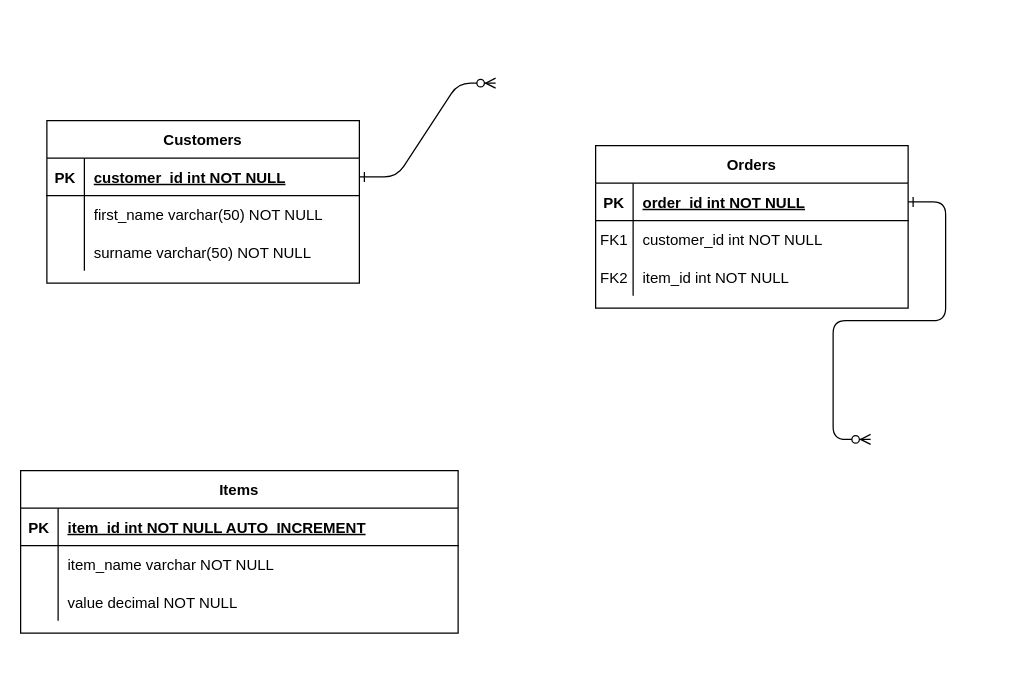
The draw.io diagram documents/IMS Entity-Relation diagram.drawio in Tasdiq-Dewan/Tasdiq-Dewan-IMS-Project, before the edit. Source tidied: cells renumbered, new cells numbered last; positions are measured from the earlier drawing's top-left corner, leaving out a move shared by most shapes. Both pictures are drawn from the tidied source at 125%, with x=0, y=0 at pixel (20, 82).
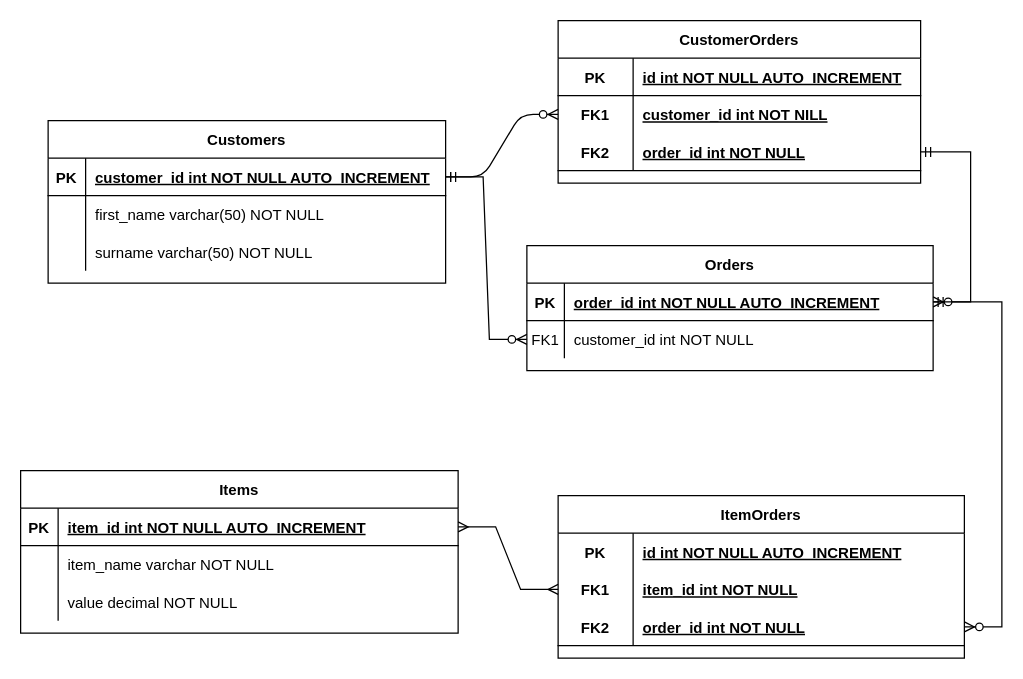
The same diagram, later.

Commit message:
first draft of ER diagram complete

Unchanged cells that the change refers to:
```xml
<mxCell id="15" style="shape=partialRectangle;fillColor=none;points=[[0,0.5],[1,0.5]];portConstraint=eastwest;top=0;left=0;right=0;bottom=1;" parent="14" vertex="1">
  <mxGeometry y="30" width="350" height="30" as="geometry" />
</mxCell>
```

Diff of the diagram source:
```diff
@@
-    <mxCell id="2" style="edgeStyle=entityRelationEdgeStyle;endArrow=ERzeroToMany;startArrow=ERone;endFill=1;startFill=0;" parent="1" edge="1" source="25">
-      <mxGeometry relative="1" as="geometry">
-        <mxPoint x="380" as="targetPoint" />
-      </mxGeometry>
+    <mxCell id="2" style="edgeStyle=entityRelationEdgeStyle;endArrow=ERzeroToMany;startArrow=ERone;endFill=1;startFill=0;" parent="1" edge="1" source="25" target="38">
+      <mxGeometry relative="1" as="geometry" />
     </mxCell>
-    <mxCell id="3" style="edgeStyle=entityRelationEdgeStyle;endArrow=ERzeroToMany;startArrow=ERone;endFill=1;startFill=0;" parent="1" edge="1" source="5">
-      <mxGeometry relative="1" as="geometry">
-        <mxPoint x="680" y="285" as="targetPoint" />
-      </mxGeometry>
-    </mxCell>
     <mxCell id="4" value="Orders" style="shape=table;startSize=30;childLayout=tableLayout;rowLines=0;fontStyle=1;align=center;" parent="1" vertex="1">
-      <mxGeometry x="460" y="50" width="250" height="130" as="geometry" />
+      <mxGeometry x="405" y="130" width="325" height="100" as="geometry" />
     </mxCell>
     <mxCell id="5" style="shape=partialRectangle;fillColor=none;points=[[0,0.5],[1,0.5]];portConstraint=eastwest;top=0;left=0;right=0;bottom=1;" parent="4" vertex="1">
-      <mxGeometry y="30" width="250" height="30" as="geometry" />
+      <mxGeometry y="30" width="325" height="30" as="geometry" />
     </mxCell>
@@
-    <mxCell id="7" value="order_id int NOT NULL " style="shape=partialRectangle;overflow=hidden;fillColor=none;top=0;left=0;bottom=0;right=0;align=left;spacingLeft=6;fontStyle=5;" parent="5" vertex="1">
-      <mxGeometry x="30" width="220" height="30" as="geometry" />
+    <mxCell id="7" value="order_id int NOT NULL AUTO_INCREMENT" style="shape=partialRectangle;overflow=hidden;fillColor=none;top=0;left=0;bottom=0;right=0;align=left;spacingLeft=6;fontStyle=5;" parent="5" vertex="1">
+      <mxGeometry x="30" width="295" height="30" as="geometry" />
     </mxCell>
     <mxCell id="8" style="shape=partialRectangle;fillColor=none;points=[[0,0.5],[1,0.5]];portConstraint=eastwest;top=0;left=0;right=0;bottom=0;" parent="4" vertex="1">
-      <mxGeometry y="60" width="250" height="30" as="geometry" />
+      <mxGeometry y="60" width="325" height="30" as="geometry" />
     </mxCell>
@@
     <mxCell id="10" value="customer_id int NOT NULL" style="shape=partialRectangle;overflow=hidden;fillColor=none;top=0;left=0;bottom=0;right=0;align=left;spacingLeft=6;" parent="8" vertex="1">
-      <mxGeometry x="30" width="220" height="30" as="geometry" />
+      <mxGeometry x="30" width="295" height="30" as="geometry" />
     </mxCell>
-    <mxCell id="11" style="shape=tableRow;horizontal=0;startSize=0;swimlaneHead=0;swimlaneBody=0;fillColor=none;top=0;left=0;right=0;bottom=0;" parent="4" vertex="1">
-      <mxGeometry y="90" width="250" height="30" as="geometry" />
-    </mxCell>
-    <mxCell id="12" value="FK2" style="shape=partialRectangle;fillColor=none;top=0;left=0;bottom=0;right=0;fontStyle=0;overflow=hidden;" parent="11" vertex="1">
-      <mxGeometry width="30" height="30" as="geometry" />
-    </mxCell>
-    <mxCell id="13" value="item_id int NOT NULL" style="shape=partialRectangle;fillColor=none;top=0;left=0;bottom=0;right=0;align=left;spacingLeft=6;fontStyle=0;overflow=hidden;" parent="11" vertex="1">
-      <mxGeometry x="30" width="220" height="30" as="geometry" />
-    </mxCell>
@@
     <mxCell id="24" value="Customers" style="shape=table;startSize=30;childLayout=tableLayout;rowLines=0;fontStyle=1;align=center;" parent="1" vertex="1">
-      <mxGeometry x="21" y="30" width="250" height="130" as="geometry" />
+      <mxGeometry x="22" y="30" width="318" height="130" as="geometry" />
     </mxCell>
     <mxCell id="25" style="shape=partialRectangle;fillColor=none;points=[[0,0.5],[1,0.5]];portConstraint=eastwest;top=0;left=0;right=0;bottom=1;" parent="24" vertex="1">
-      <mxGeometry y="30" width="250" height="30" as="geometry" />
+      <mxGeometry y="30" width="318" height="30" as="geometry" />
     </mxCell>
@@
-    <mxCell id="27" value="customer_id int NOT NULL " style="shape=partialRectangle;overflow=hidden;fillColor=none;top=0;left=0;bottom=0;right=0;align=left;spacingLeft=6;fontStyle=5;" parent="25" vertex="1">
-      <mxGeometry x="30" width="220" height="30" as="geometry" />
+    <mxCell id="27" value="customer_id int NOT NULL AUTO_INCREMENT" style="shape=partialRectangle;overflow=hidden;fillColor=none;top=0;left=0;bottom=0;right=0;align=left;spacingLeft=6;fontStyle=5;" parent="25" vertex="1">
+      <mxGeometry x="30" width="288" height="30" as="geometry" />
     </mxCell>
     <mxCell id="28" style="shape=partialRectangle;fillColor=none;top=0;left=0;right=0;bottom=0;" parent="24" vertex="1">
-      <mxGeometry y="60" width="250" height="30" as="geometry" />
+      <mxGeometry y="60" width="318" height="30" as="geometry" />
     </mxCell>
@@
     <mxCell id="30" value="first_name varchar(50) NOT NULL" style="shape=partialRectangle;overflow=hidden;fillColor=none;top=0;left=0;bottom=0;right=0;align=left;spacingLeft=6;" parent="28" vertex="1">
-      <mxGeometry x="30" width="220" height="30" as="geometry" />
+      <mxGeometry x="30" width="288" height="30" as="geometry" />
     </mxCell>
     <mxCell id="31" style="shape=tableRow;horizontal=0;startSize=0;swimlaneHead=0;swimlaneBody=0;fillColor=none;top=0;left=0;right=0;bottom=0;" parent="24" vertex="1">
-      <mxGeometry y="90" width="250" height="30" as="geometry" />
+      <mxGeometry y="90" width="318" height="30" as="geometry" />
     </mxCell>
@@
     <mxCell id="33" value="surname varchar(50) NOT NULL" style="shape=partialRectangle;fillColor=none;top=0;left=0;bottom=0;right=0;align=left;spacingLeft=6;overflow=hidden;" parent="31" vertex="1">
-      <mxGeometry x="30" width="220" height="30" as="geometry" />
+      <mxGeometry x="30" width="288" height="30" as="geometry" />
     </mxCell>
+    <mxCell id="34" value="CustomerOrders" style="shape=table;startSize=30;childLayout=tableLayout;rowLines=0;fontStyle=1;align=center;" parent="1" vertex="1">
+      <mxGeometry x="430" y="-50" width="290" height="130" as="geometry" />
+    </mxCell>
+    <mxCell id="35" style="shape=tableRow;horizontal=0;startSize=0;swimlaneHead=0;swimlaneBody=0;fillColor=none;top=0;left=0;right=0;bottom=1;" parent="34" vertex="1">
+      <mxGeometry y="30" width="290" height="30" as="geometry" />
+    </mxCell>
+    <mxCell id="36" value="PK" style="shape=partialRectangle;fillColor=none;top=0;left=0;bottom=0;right=0;fontStyle=1;overflow=hidden;" parent="35" vertex="1">
+      <mxGeometry width="60" height="30" as="geometry" />
+    </mxCell>
+    <mxCell id="37" value="id int NOT NULL AUTO_INCREMENT" style="shape=partialRectangle;fillColor=none;top=0;left=0;bottom=0;right=0;align=left;spacingLeft=6;fontStyle=5;overflow=hidden;" parent="35" vertex="1">
+      <mxGeometry x="60" width="230" height="30" as="geometry" />
+    </mxCell>
+    <mxCell id="38" style="shape=tableRow;horizontal=0;startSize=0;swimlaneHead=0;swimlaneBody=0;fillColor=none;points=[[0,0.5],[1,0.5]];portConstraint=eastwest;top=0;left=0;right=0;bottom=0;" parent="34" vertex="1">
+      <mxGeometry y="60" width="290" height="30" as="geometry" />
+    </mxCell>
+    <mxCell id="39" value="FK1" style="shape=partialRectangle;fillColor=none;top=0;left=0;bottom=0;right=0;fontStyle=1;overflow=hidden;" parent="38" vertex="1">
+      <mxGeometry width="60" height="30" as="geometry" />
+    </mxCell>
+    <mxCell id="40" value="customer_id int NOT NILL" style="shape=partialRectangle;fillColor=none;top=0;left=0;bottom=0;right=0;align=left;spacingLeft=6;fontStyle=5;overflow=hidden;" parent="38" vertex="1">
+      <mxGeometry x="60" width="230" height="30" as="geometry" />
+    </mxCell>
+    <mxCell id="41" style="shape=tableRow;horizontal=0;startSize=0;swimlaneHead=0;swimlaneBody=0;fillColor=none;points=[[0,0.5],[1,0.5]];portConstraint=eastwest;top=0;left=0;right=0;bottom=1;" parent="34" vertex="1">
+      <mxGeometry y="90" width="290" height="30" as="geometry" />
+    </mxCell>
+    <mxCell id="42" value="FK2" style="shape=partialRectangle;fillColor=none;top=0;left=0;bottom=0;right=0;fontStyle=1;overflow=hidden;" parent="41" vertex="1">
+      <mxGeometry width="60" height="30" as="geometry" />
+    </mxCell>
+    <mxCell id="43" value="order_id int NOT NULL" style="shape=partialRectangle;fillColor=none;top=0;left=0;bottom=0;right=0;align=left;spacingLeft=6;fontStyle=5;overflow=hidden;" parent="41" vertex="1">
+      <mxGeometry x="60" width="230" height="30" as="geometry" />
+    </mxCell>
+    <mxCell id="44" style="edgeStyle=entityRelationEdgeStyle;fontSize=12;html=1;endArrow=ERzeroToMany;startArrow=ERmandOne;rounded=0;" parent="1" edge="1" source="41" target="5">
+      <mxGeometry relative="1" as="geometry" />
+    </mxCell>
+    <mxCell id="45" style="edgeStyle=entityRelationEdgeStyle;fontSize=12;html=1;endArrow=ERzeroToMany;startArrow=ERmandOne;rounded=0;" parent="1" edge="1" source="25" target="8">
+      <mxGeometry relative="1" as="geometry" />
+    </mxCell>
+    <mxCell id="46" value="ItemOrders" style="shape=table;startSize=30;childLayout=tableLayout;rowLines=0;fontStyle=1;align=center;" parent="1" vertex="1">
+      <mxGeometry x="430" y="330" width="325" height="130" as="geometry" />
+    </mxCell>
+    <mxCell id="47" style="shape=tableRow;horizontal=0;startSize=0;swimlaneHead=0;swimlaneBody=0;fillColor=none;top=0;left=0;right=0;bottom=0;" parent="46" vertex="1">
+      <mxGeometry y="30" width="325" height="30" as="geometry" />
+    </mxCell>
+    <mxCell id="48" value="PK" style="shape=partialRectangle;fillColor=none;top=0;left=0;bottom=0;right=0;fontStyle=1;overflow=hidden;" parent="47" vertex="1">
+      <mxGeometry width="60" height="30" as="geometry" />
+    </mxCell>
+    <mxCell id="49" value="id int NOT NULL AUTO_INCREMENT" style="shape=partialRectangle;fillColor=none;top=0;left=0;bottom=0;right=0;align=left;spacingLeft=6;fontStyle=5;overflow=hidden;" parent="47" vertex="1">
+      <mxGeometry x="60" width="265" height="30" as="geometry" />
+    </mxCell>
+    <mxCell id="50" style="shape=tableRow;horizontal=0;startSize=0;swimlaneHead=0;swimlaneBody=0;fillColor=none;points=[[0,0.5],[1,0.5]];portConstraint=eastwest;top=0;left=0;right=0;bottom=0;" parent="46" vertex="1">
+      <mxGeometry y="60" width="325" height="30" as="geometry" />
+    </mxCell>
+    <mxCell id="51" value="FK1" style="shape=partialRectangle;fillColor=none;top=0;left=0;bottom=0;right=0;fontStyle=1;overflow=hidden;" parent="50" vertex="1">
+      <mxGeometry width="60" height="30" as="geometry" />
+    </mxCell>
+    <mxCell id="13" value="item_id int NOT NULL" style="shape=partialRectangle;fillColor=none;top=0;left=0;bottom=0;right=0;align=left;spacingLeft=6;fontStyle=5;overflow=hidden;" parent="50" vertex="1">
+      <mxGeometry x="60" width="265" height="30" as="geometry" />
+    </mxCell>
+    <mxCell id="52" style="shape=tableRow;horizontal=0;startSize=0;swimlaneHead=0;swimlaneBody=0;fillColor=none;points=[[0,0.5],[1,0.5]];portConstraint=eastwest;top=0;left=0;right=0;bottom=1;" parent="46" vertex="1">
+      <mxGeometry y="90" width="325" height="30" as="geometry" />
+    </mxCell>
+    <mxCell id="53" value="FK2" style="shape=partialRectangle;fillColor=none;top=0;left=0;bottom=0;right=0;fontStyle=1;overflow=hidden;" parent="52" vertex="1">
+      <mxGeometry width="60" height="30" as="geometry" />
+    </mxCell>
+    <mxCell id="54" value="order_id int NOT NULL" style="shape=partialRectangle;fillColor=none;top=0;left=0;bottom=0;right=0;align=left;spacingLeft=6;fontStyle=5;overflow=hidden;" parent="52" vertex="1">
+      <mxGeometry x="60" width="265" height="30" as="geometry" />
+    </mxCell>
+    <mxCell id="55" style="edgeStyle=entityRelationEdgeStyle;fontSize=12;html=1;endArrow=ERzeroToMany;startArrow=ERmandOne;rounded=0;" parent="1" edge="1" source="5" target="52">
+      <mxGeometry relative="1" as="geometry" />
+    </mxCell>
+    <mxCell id="56" style="edgeStyle=entityRelationEdgeStyle;fontSize=12;html=1;endArrow=ERmany;startArrow=ERmany;rounded=0;" parent="1" edge="1" source="15" target="50">
+      <mxGeometry relative="1" as="geometry" />
+    </mxCell>
```
